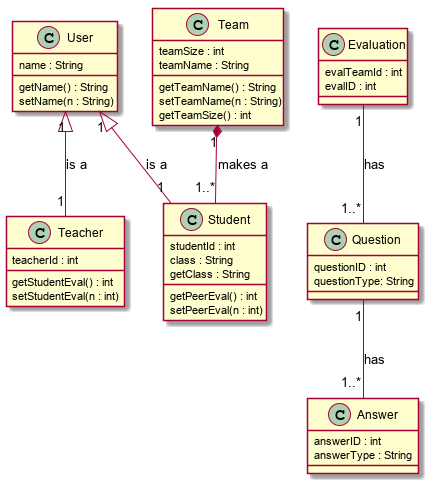
The PlantUML diagram domain-UML.png in mhixson13/Team-Purple, before a commit. The source it was exported from:
```plantuml
@startuml

class User {
	name : String
  getName() : String
  setName(n : String)
}

class Student {
	studentId : int
  class : String
	getPeerEval() : int
  setPeerEval(n : int)
  getClass : String
}

class Teacher {
	teacherId : int
  getStudentEval() : int
	setStudentEval(n : int)
}

class Team {
	teamSize : int
	teamName : String
  getTeamName() : String
  setTeamName(n : String)
  getTeamSize() : int
}

class Question {
	questionID : int
  questionType: String
}

class Answer {
	answerID : int
  answerType : String
}

class Evaluation {
	evalTeamId : int
  evalID : int
}

User "1" <|-- "1" Teacher : is a
User "1" <|-- "1" Student : is a
Team "1" *-- "1..*" Student : makes a
Evaluation "1" -- "1..*" Question : has
Question "1" -- "1..*" Answer : has

@enduml
```
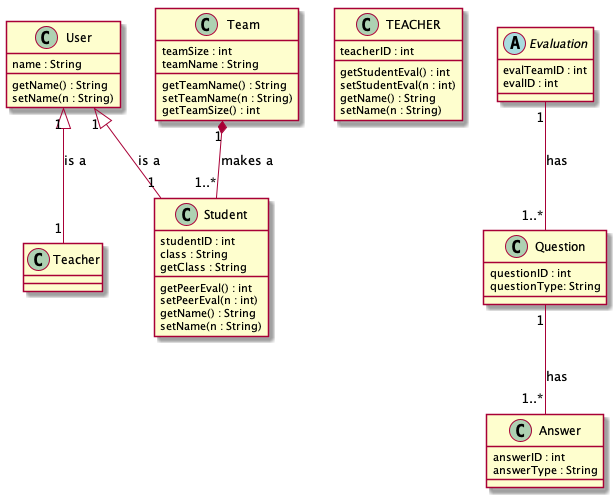
After the commit.

Diff of the diagram source:
```diff
@@ -7,17 +7,23 @@
 }
 
 class Student {
-	studentId : int
+	studentID : int
   class : String
 	getPeerEval() : int
   setPeerEval(n : int)
   getClass : String
+  getName() : String
+  setName(n : String)
+
 }
 
-class Teacher {
-	teacherId : int
-  getStudentEval() : int
+class TEACHER {
+	teacherID : int
+  	getStudentEval() : int
 	setStudentEval(n : int)
+	getName() : String
+  	setName(n : String)
+
 }
 
 class Team {
@@ -38,8 +44,8 @@
   answerType : String
 }
 
-class Evaluation {
-	evalTeamId : int
+abstract class Evaluation {
+	evalTeamID : int
   evalID : int
 }
 
```
